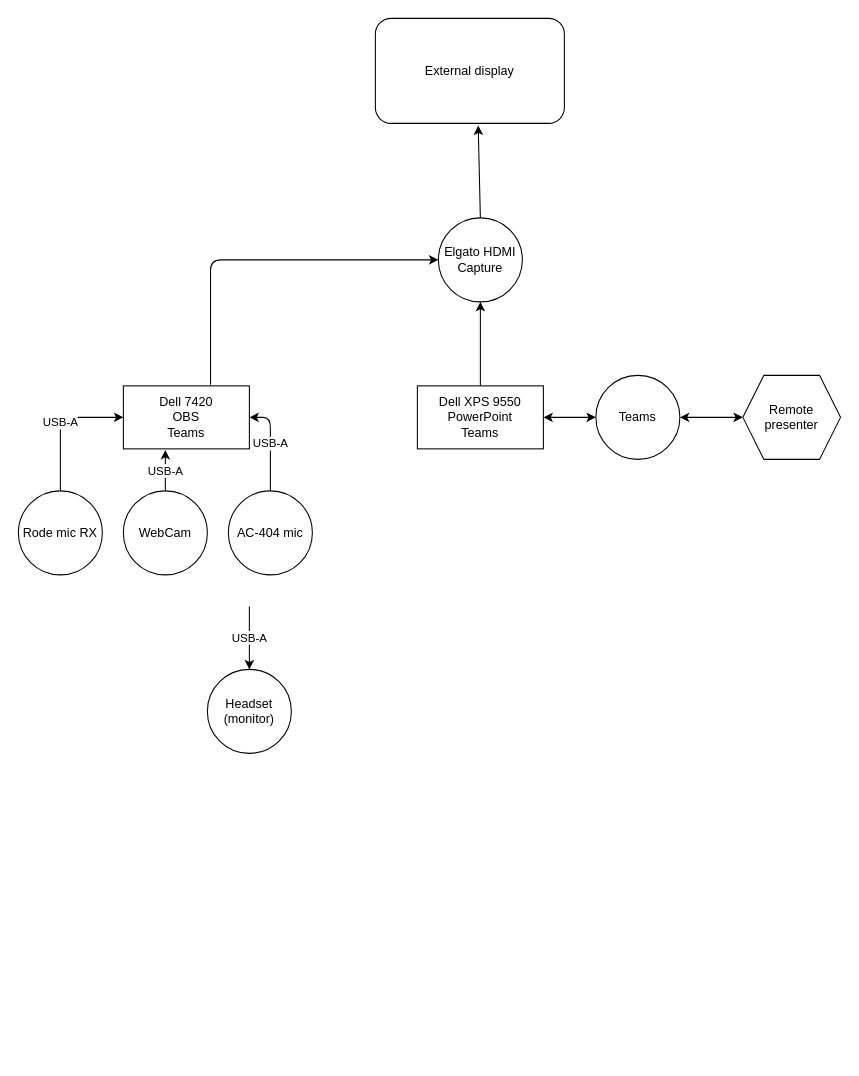
The draw.io diagram Untitled Diagram.drawio in adelaide-dotnet/meeting-logistics, before the edit. Source tidied: cells renumbered, new cells numbered last; positions are measured from the earlier drawing's top-left corner, leaving out a move shared by most shapes. Both pictures are drawn from the tidied source at 105%, with x=0, y=0 at pixel (18, 18).
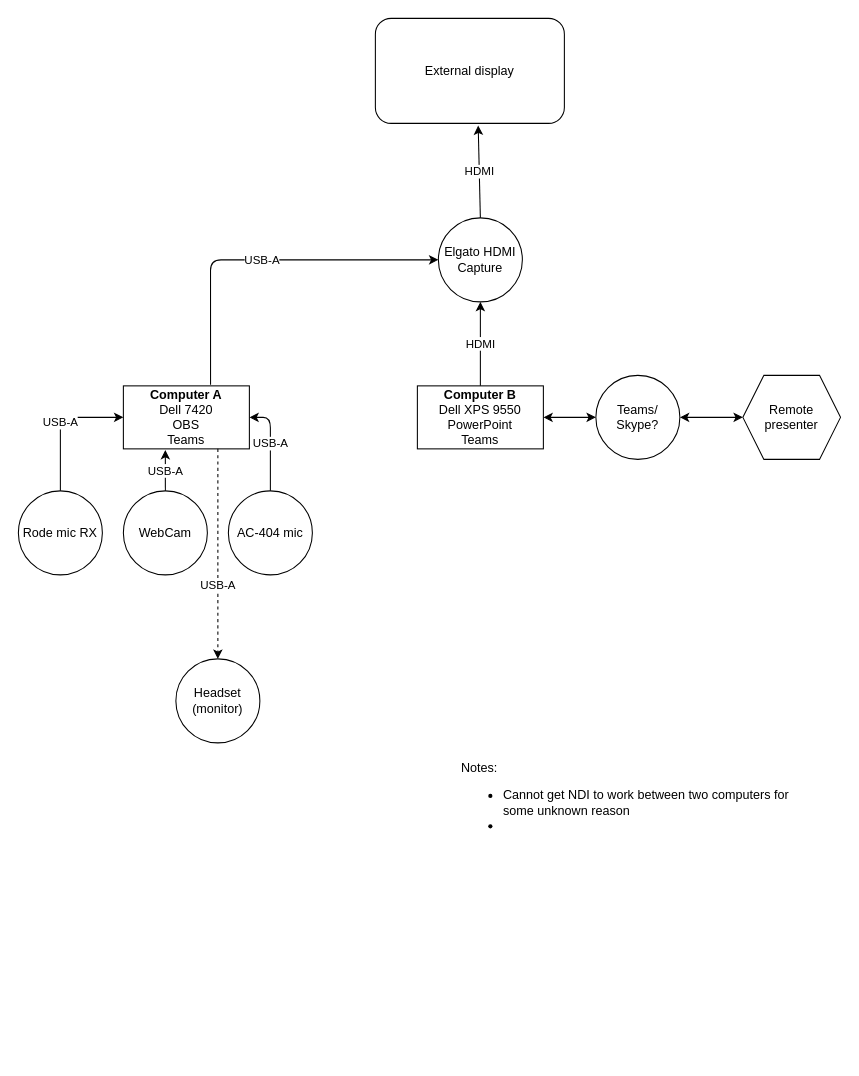
The same diagram, later.

Unchanged cells that the change refers to:
```xml
<mxCell id="4" value="Elgato HDMI Capture" style="ellipse;whiteSpace=wrap;html=1;" parent="1" vertex="1">
  <mxGeometry x="400" y="190" width="80" height="80" as="geometry" />
</mxCell>
<mxCell id="5" value="External display" style="rounded=1;whiteSpace=wrap;html=1;" parent="1" vertex="1">
  <mxGeometry x="340" width="180" height="100" as="geometry" />
</mxCell>
```

Change to the diagram source:
```diff
@@
-    <mxCell id="2" value="&lt;div&gt;Dell 7420&lt;/div&gt;&lt;div&gt;OBS&lt;/div&gt;&lt;div&gt;Teams&lt;br&gt;&lt;/div&gt;" style="rounded=0;whiteSpace=wrap;html=1;" parent="1" vertex="1">
+    <mxCell id="2" value="&lt;div&gt;&lt;b&gt;Computer A&lt;/b&gt;&lt;/div&gt;&lt;div&gt;Dell 7420&lt;/div&gt;&lt;div&gt;OBS&lt;/div&gt;&lt;div&gt;Teams&lt;br&gt;&lt;/div&gt;" style="rounded=0;whiteSpace=wrap;html=1;" parent="1" vertex="1">
       <mxGeometry x="100" y="350" width="120" height="60" as="geometry" />
     </mxCell>
-    <mxCell id="3" value="&lt;div&gt;Dell XPS 9550&lt;/div&gt;&lt;div&gt;PowerPoint&lt;/div&gt;&lt;div&gt;Teams&lt;br&gt;&lt;/div&gt;" style="rounded=0;whiteSpace=wrap;html=1;" parent="1" vertex="1">
+    <mxCell id="3" value="&lt;div&gt;&lt;b&gt;Computer B&lt;/b&gt;&lt;/div&gt;&lt;div&gt;Dell XPS 9550&lt;/div&gt;&lt;div&gt;PowerPoint&lt;/div&gt;&lt;div&gt;Teams&lt;br&gt;&lt;/div&gt;" style="rounded=0;whiteSpace=wrap;html=1;" parent="1" vertex="1">
       <mxGeometry x="380" y="350" width="120" height="60" as="geometry" />
     </mxCell>
@@
-    <mxCell id="6" style="endArrow=classic;html=1;entryX=0.5;entryY=1;entryDx=0;entryDy=0;" parent="1" edge="1" source="3" target="4">
+    <mxCell id="6" value="HDMI" style="endArrow=classic;html=1;entryX=0.5;entryY=1;entryDx=0;entryDy=0;" parent="1" edge="1" source="3" target="4">
       <mxGeometry relative="1" as="geometry" />
     </mxCell>
-    <mxCell id="7" style="endArrow=classic;html=1;entryX=0.544;entryY=1.02;entryDx=0;entryDy=0;entryPerimeter=0;exitX=0.5;exitY=0;exitDx=0;exitDy=0;" parent="1" edge="1" source="4" target="5">
+    <mxCell id="7" value="HDMI" style="endArrow=classic;html=1;entryX=0.544;entryY=1.02;entryDx=0;entryDy=0;entryPerimeter=0;exitX=0.5;exitY=0;exitDx=0;exitDy=0;" parent="1" edge="1" source="4" target="5">
       <mxGeometry relative="1" as="geometry" />
     </mxCell>
-    <mxCell id="8" style="endArrow=classic;html=1;entryX=0;entryY=0.5;entryDx=0;entryDy=0;exitX=0.692;exitY=-0.017;exitDx=0;exitDy=0;exitPerimeter=0;" parent="1" edge="1" source="2" target="4">
+    <mxCell id="8" value="USB-A" style="endArrow=classic;html=1;entryX=0;entryY=0.5;entryDx=0;entryDy=0;exitX=0.692;exitY=-0.017;exitDx=0;exitDy=0;exitPerimeter=0;" parent="1" edge="1" source="2" target="4">
       <mxGeometry relative="1" as="geometry">
         <Array as="points">
           <mxPoint x="183" y="230" />
         </Array>
       </mxGeometry>
     </mxCell>
@@
     <mxCell id="12" value="Headset (monitor)" style="ellipse;whiteSpace=wrap;html=1;" parent="1" vertex="1">
-      <mxGeometry x="180" y="620" width="80" height="80" as="geometry" />
+      <mxGeometry x="150" y="610" width="80" height="80" as="geometry" />
     </mxCell>
@@
-    <mxCell id="16" value="USB-A" style="endArrow=classic;html=1;entryX=0.5;entryY=0;entryDx=0;entryDy=0;" parent="1" edge="1" target="12">
-      <mxGeometry relative="1" as="geometry">
-        <mxPoint x="220" y="560" as="sourcePoint" />
+    <mxCell id="16" value="USB-A" style="endArrow=classic;html=1;entryX=0.5;entryY=0;entryDx=0;entryDy=0;dashed=1;exitX=0.75;exitY=1;exitDx=0;exitDy=0;" parent="1" edge="1" source="2" target="12">
+      <mxGeometry x="0.3" relative="1" as="geometry">
+        <Array as="points">
+          <mxPoint x="190" y="560" />
+        </Array>
       </mxGeometry>
     </mxCell>
-    <mxCell id="17" value="Teams" style="ellipse;whiteSpace=wrap;html=1;" parent="1" vertex="1">
+    <mxCell id="17" value="&lt;div&gt;Teams/&lt;/div&gt;&lt;div&gt;Skype?&lt;/div&gt;" style="ellipse;whiteSpace=wrap;html=1;" parent="1" vertex="1">
       <mxGeometry x="550" y="340" width="80" height="80" as="geometry" />
     </mxCell>
@@
+    <mxCell id="21" value="&lt;div&gt;Notes:&lt;/div&gt;&lt;div&gt;&lt;ul&gt;&lt;li&gt;Cannot get NDI to work between two computers for some unknown reason&lt;/li&gt;&lt;li&gt;&lt;br&gt;&lt;/li&gt;&lt;/ul&gt;&lt;/div&gt;" style="text;html=1;strokeColor=none;fillColor=none;align=left;verticalAlign=top;whiteSpace=wrap;rounded=0;labelPosition=center;verticalLabelPosition=middle;" parent="1" vertex="1">
+      <mxGeometry x="420" y="700" width="330" height="290" as="geometry" />
+    </mxCell>
```
